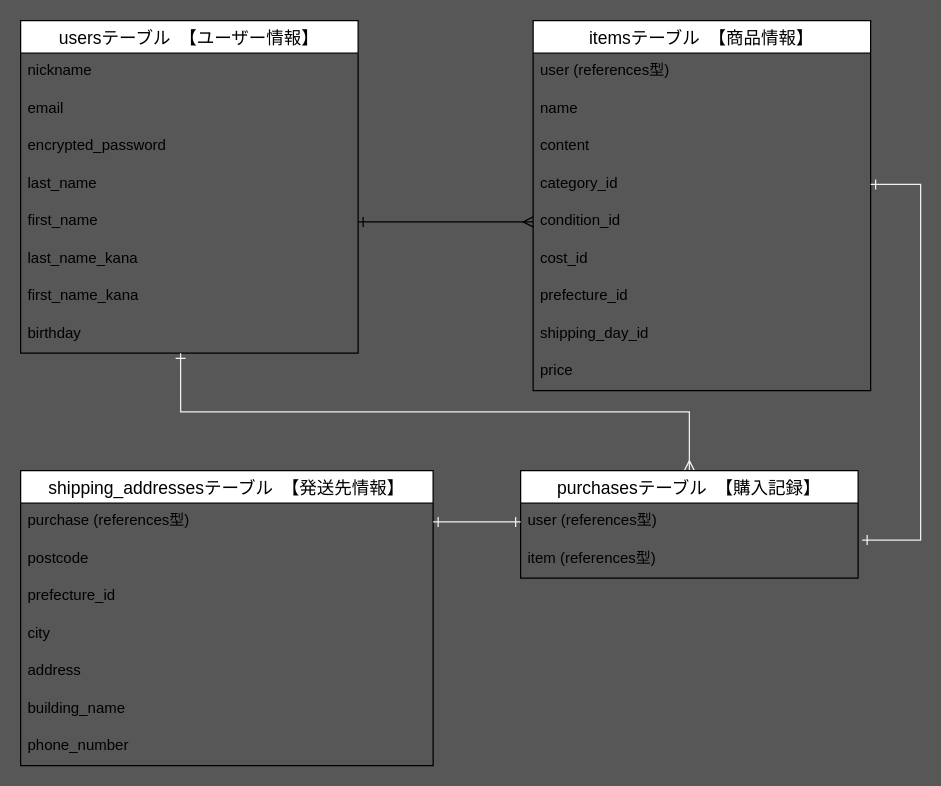
Before: .dio in KayKawa/furima-35649, a draw.io diagram. Source tidied: cells renumbered, new cells numbered last; positions are measured from the earlier drawing's top-left corner, leaving out a move shared by most shapes. Both pictures are drawn from the tidied source at 125%, with x=0, y=0 at pixel (20, 20).
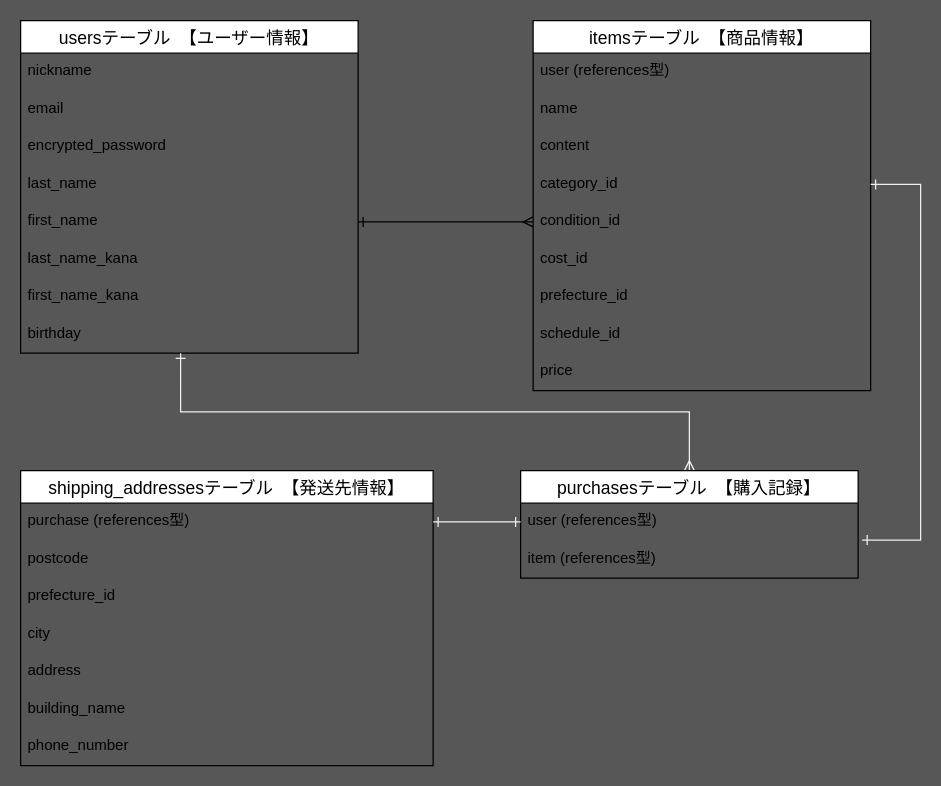
After the change.

The change refers to these unchanged cells:
```xml
<mxCell id="11" value="itemsテーブル　【商品情報】" style="swimlane;fontStyle=0;horizontal=1;startSize=26;align=center;fontSize=14;" parent="1" vertex="1">
  <mxGeometry x="410" width="270" height="296" as="geometry" />
</mxCell>
```

Change to the diagram source:
```diff
@@
-    <mxCell id="19" value="shipping_day_id" style="text;strokeColor=none;fillColor=none;spacingLeft=4;spacingRight=4;overflow=hidden;fontSize=12;" parent="11" vertex="1">
+    <mxCell id="19" value="schedule_id" style="text;strokeColor=none;fillColor=none;spacingLeft=4;spacingRight=4;overflow=hidden;fontSize=12;" parent="11" vertex="1">
       <mxGeometry y="236" width="270" height="30" as="geometry" />
     </mxCell>
```
